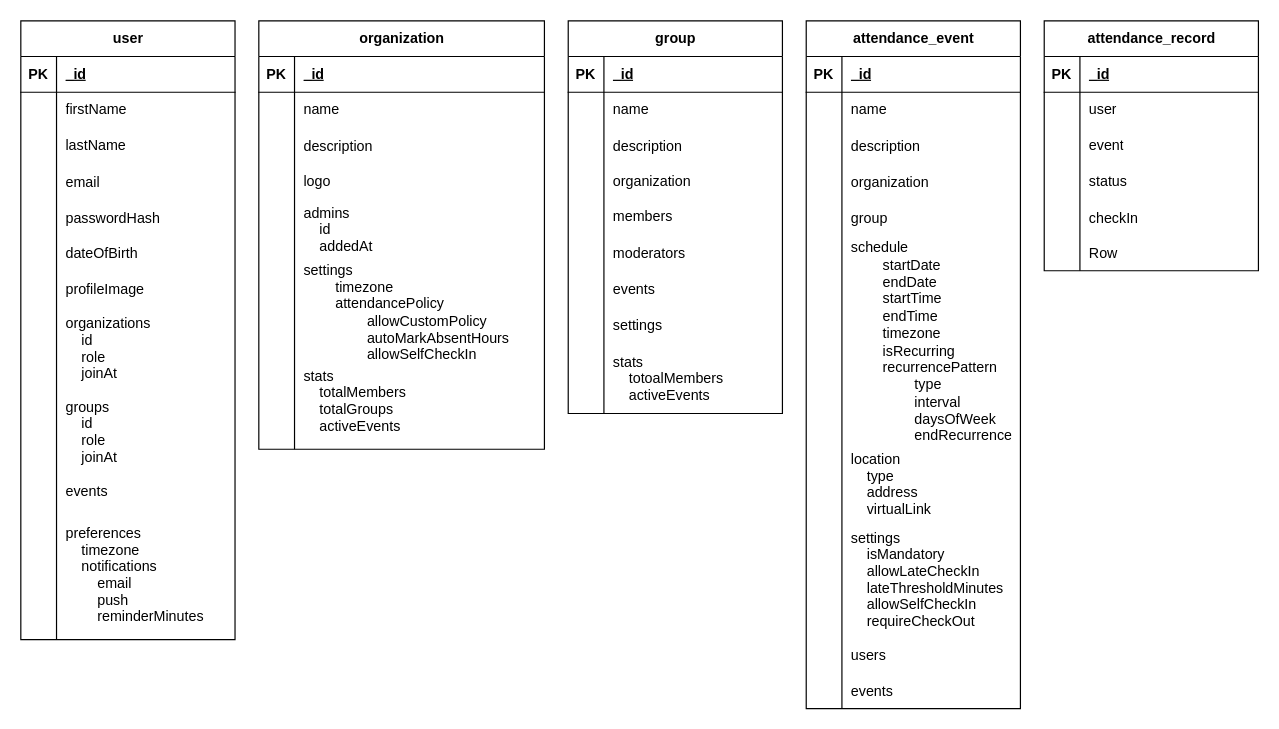
MinjaeKim9929/attendance-website keeps this draw.io diagram as Attendance_Website_DB.drawio. Above is the earlier version. Source tidied: cells renumbered, new cells numbered last; positions are measured from the earlier drawing's top-left corner, leaving out a move shared by most shapes. Both pictures are drawn from the tidied source at 119%, with x=0, y=0 at pixel (20, 20).
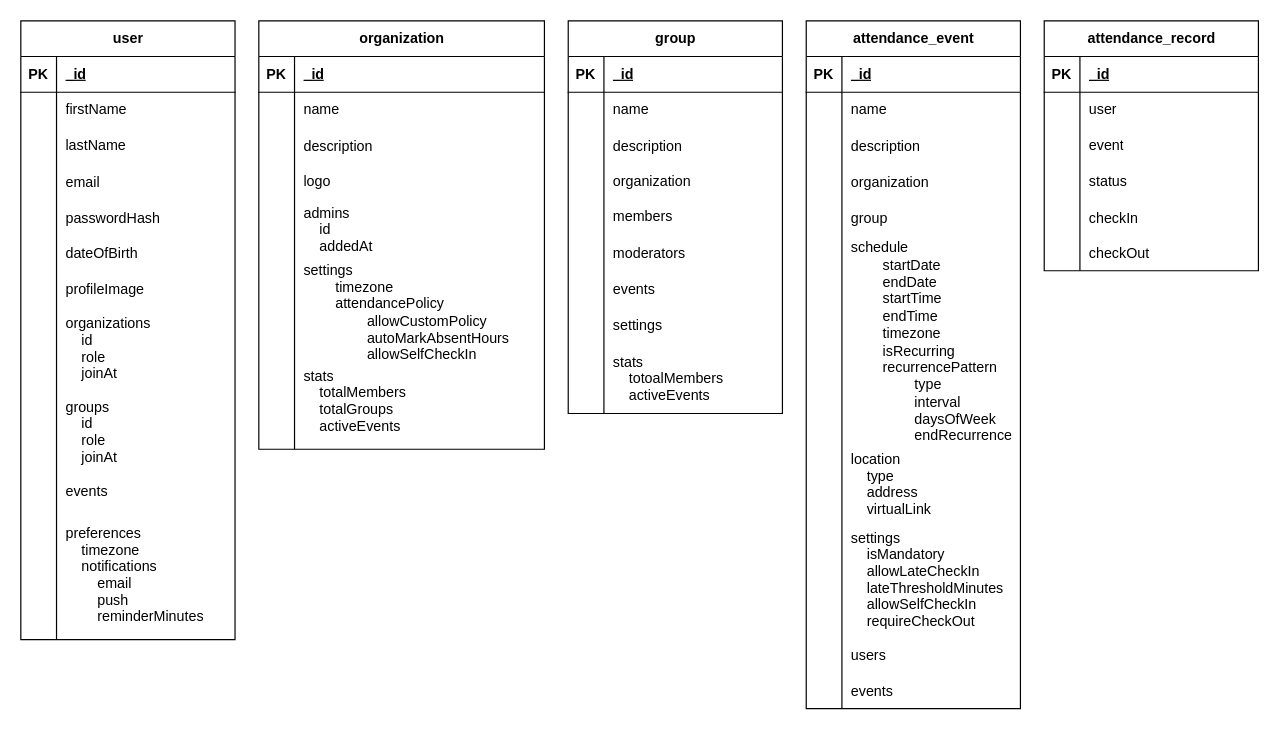
Above is the later version.

Unchanged cells that the change refers to:
```xml
<mxCell id="133" style="shape=tableRow;horizontal=0;startSize=0;swimlaneHead=0;swimlaneBody=0;fillColor=none;top=0;left=0;right=0;bottom=0;" parent="117" vertex="1">
  <mxGeometry y="180" width="180" height="30" as="geometry" />
</mxCell>
```

The edit, as a diff of the source:
```diff
@@
-    <mxCell id="135" value="Row" style="shape=partialRectangle;fillColor=none;top=0;left=0;bottom=0;right=0;align=left;spacingLeft=6;overflow=hidden;" parent="133" vertex="1">
+    <mxCell id="135" value="checkOut" style="shape=partialRectangle;fillColor=none;top=0;left=0;bottom=0;right=0;align=left;spacingLeft=6;overflow=hidden;" parent="133" vertex="1">
       <mxGeometry x="30" width="150" height="30" as="geometry" />
     </mxCell>
```
